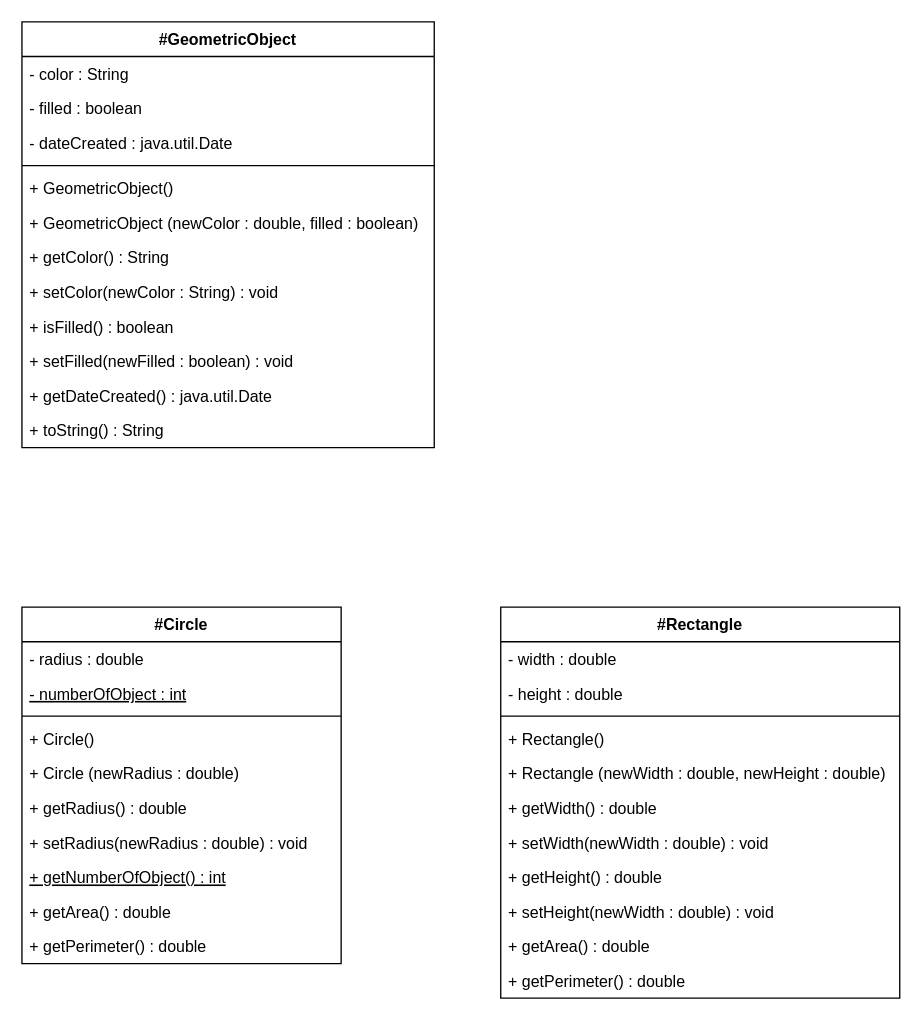
Above: JavaBasicDay_2/src/Diagram.drawio in badgod/JavaBasic (draw.io), before the change. Source tidied: cells renumbered, new cells numbered last; positions are measured from the earlier drawing's top-left corner, leaving out a move shared by most shapes. Both pictures are drawn from the tidied source at 133%, with x=0, y=0 at pixel (21, 21).
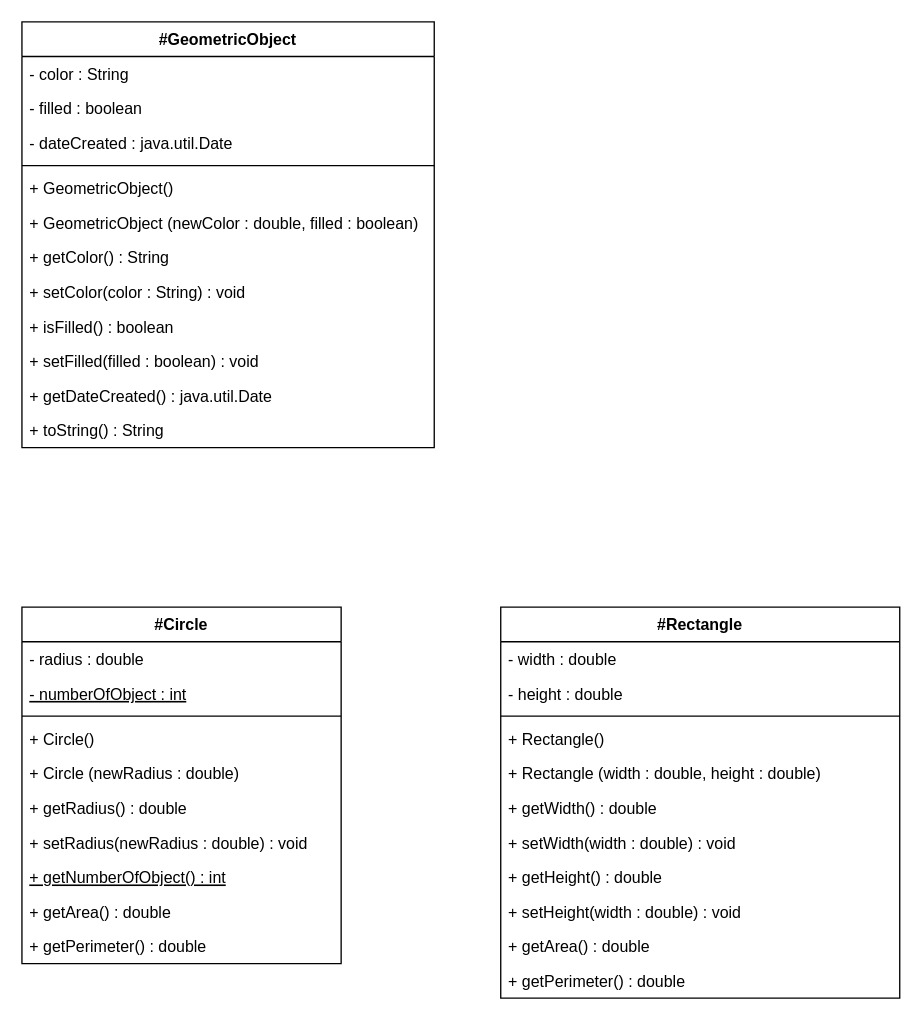
The same page after the edit.

Unchanged cells that the change refers to:
```xml
<mxCell id="13" value="#GeometricObject" style="swimlane;fontStyle=1;align=center;verticalAlign=top;horizontal=1;startSize=26;" parent="1" vertex="1">
  <mxGeometry width="310" height="320" as="geometry" />
</mxCell>
<mxCell id="26" value="#Rectangle" style="swimlane;fontStyle=1;align=center;verticalAlign=top;horizontal=1;startSize=26;" parent="1" vertex="1">
  <mxGeometry x="360" y="440" width="300" height="294" as="geometry" />
</mxCell>
```

Diff of the diagram source:
```diff
@@
-    <mxCell id="21" value="+ setColor(newColor : String) : void" style="text;strokeColor=none;fillColor=none;align=left;verticalAlign=top;spacingLeft=4;spacingRight=4;overflow=hidden;" parent="13" vertex="1">
+    <mxCell id="21" value="+ setColor(color : String) : void" style="text;strokeColor=none;fillColor=none;align=left;verticalAlign=top;spacingLeft=4;spacingRight=4;overflow=hidden;" parent="13" vertex="1">
       <mxGeometry y="190" width="310" height="26" as="geometry" />
     </mxCell>
@@
-    <mxCell id="23" value="+ setFilled(newFilled : boolean) : void" style="text;strokeColor=none;fillColor=none;align=left;verticalAlign=top;spacingLeft=4;spacingRight=4;overflow=hidden;" parent="13" vertex="1">
+    <mxCell id="23" value="+ setFilled(filled : boolean) : void" style="text;strokeColor=none;fillColor=none;align=left;verticalAlign=top;spacingLeft=4;spacingRight=4;overflow=hidden;" parent="13" vertex="1">
       <mxGeometry y="242" width="310" height="26" as="geometry" />
     </mxCell>
@@
-    <mxCell id="31" value="+ Rectangle (newWidth : double, newHeight : double)" style="text;strokeColor=none;fillColor=none;align=left;verticalAlign=top;spacingLeft=4;spacingRight=4;overflow=hidden;" parent="26" vertex="1">
+    <mxCell id="31" value="+ Rectangle (width : double, height : double)" style="text;strokeColor=none;fillColor=none;align=left;verticalAlign=top;spacingLeft=4;spacingRight=4;overflow=hidden;" parent="26" vertex="1">
       <mxGeometry y="112" width="300" height="26" as="geometry" />
     </mxCell>
@@
-    <mxCell id="33" value="+ setWidth(newWidth : double) : void" style="text;strokeColor=none;fillColor=none;align=left;verticalAlign=top;spacingLeft=4;spacingRight=4;overflow=hidden;" parent="26" vertex="1">
+    <mxCell id="33" value="+ setWidth(width : double) : void" style="text;strokeColor=none;fillColor=none;align=left;verticalAlign=top;spacingLeft=4;spacingRight=4;overflow=hidden;" parent="26" vertex="1">
       <mxGeometry y="164" width="300" height="26" as="geometry" />
     </mxCell>
@@
-    <mxCell id="35" value="+ setHeight(newWidth : double) : void" style="text;strokeColor=none;fillColor=none;align=left;verticalAlign=top;spacingLeft=4;spacingRight=4;overflow=hidden;" parent="26" vertex="1">
+    <mxCell id="35" value="+ setHeight(width : double) : void" style="text;strokeColor=none;fillColor=none;align=left;verticalAlign=top;spacingLeft=4;spacingRight=4;overflow=hidden;" parent="26" vertex="1">
       <mxGeometry y="216" width="300" height="26" as="geometry" />
     </mxCell>
```
